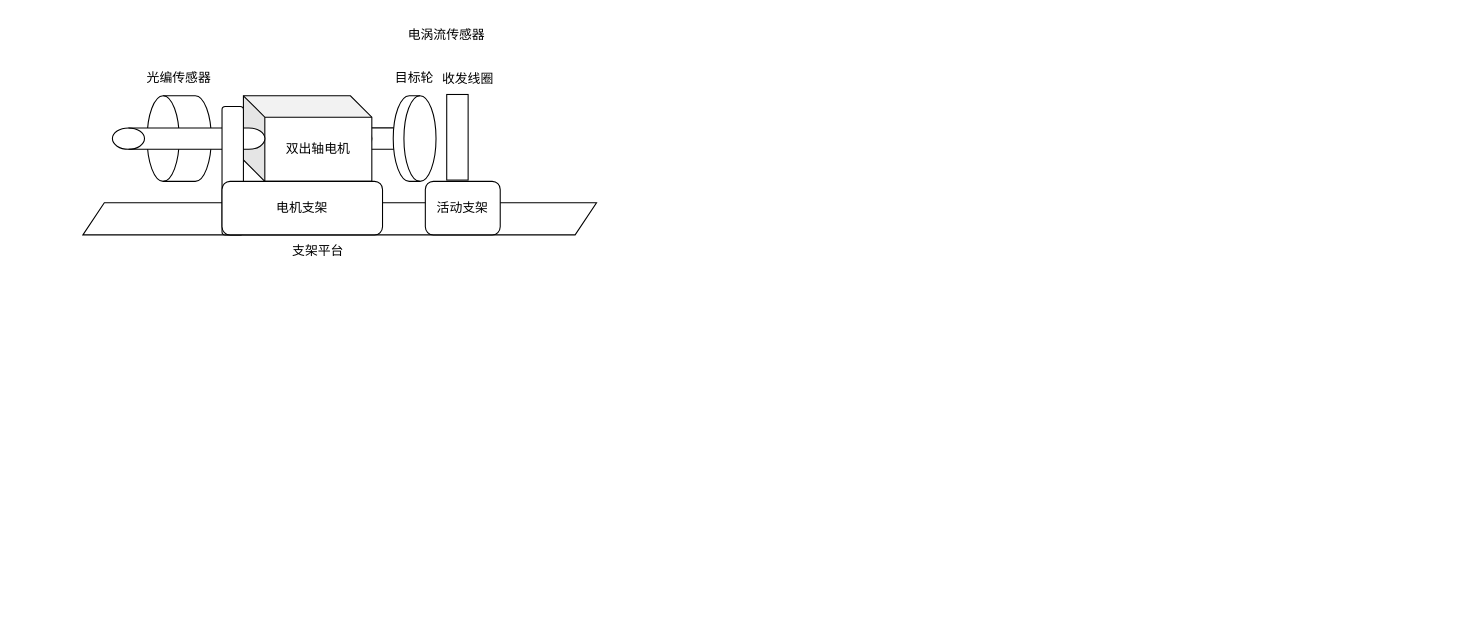
This is 电涡流测试平台.drawio from dchangsheng/drawio, a draw.io file, before an edit. Source tidied: cells renumbered, new cells numbered last; positions are measured from the earlier drawing's top-left corner, leaving out a move shared by most shapes. Both pictures are drawn from the tidied source at 107%, with x=0, y=0 at pixel (82, 18).
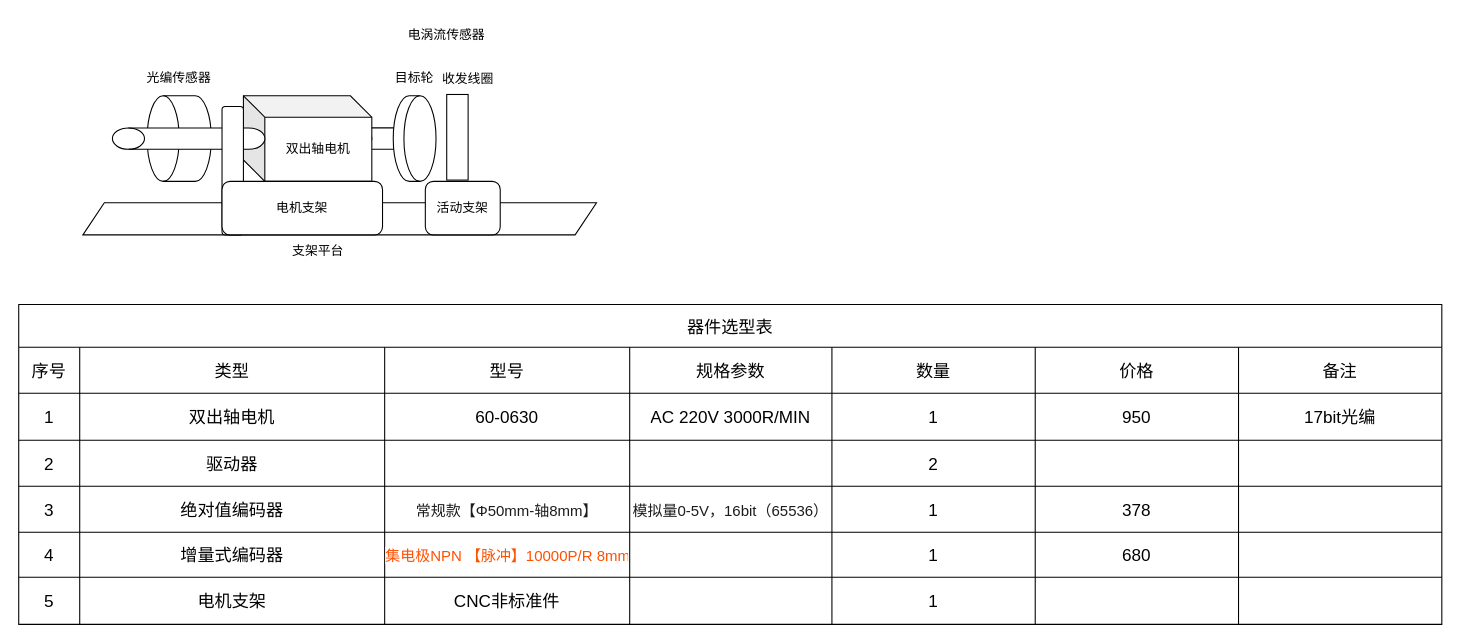
The same diagram, later.

Commit message:
更新电涡流测试平台.drawio

Change to the diagram source:
```diff
@@
+    <mxCell id="17" value="器件选型表" style="shape=table;startSize=40;childLayout=tableLayout;strokeColor=default;fontSize=16;" parent="1" vertex="1">
+      <mxGeometry x="-60" y="267" width="1330" height="299" as="geometry" />
+    </mxCell>
+    <mxCell id="18" style="shape=tableRow;horizontal=0;startSize=0;swimlaneHead=0;swimlaneBody=0;strokeColor=inherit;top=0;left=0;bottom=0;right=0;fillColor=none;fontSize=16;" parent="17" vertex="1">
+      <mxGeometry y="40" width="1330" height="43" as="geometry" />
+    </mxCell>
+    <mxCell id="19" value="序号" style="shape=partialRectangle;html=1;whiteSpace=wrap;strokeColor=inherit;overflow=hidden;fillColor=none;top=0;left=0;bottom=0;right=0;fontSize=16;" parent="18" vertex="1">
+      <mxGeometry width="57" height="43" as="geometry" />
+    </mxCell>
+    <mxCell id="20" value="类型" style="shape=partialRectangle;html=1;whiteSpace=wrap;strokeColor=inherit;overflow=hidden;fillColor=none;top=0;left=0;bottom=0;right=0;fontSize=16;" parent="18" vertex="1">
+      <mxGeometry x="57" width="285" height="43" as="geometry" />
+    </mxCell>
+    <mxCell id="21" value="型号" style="shape=partialRectangle;html=1;whiteSpace=wrap;strokeColor=inherit;overflow=hidden;fillColor=none;top=0;left=0;bottom=0;right=0;fontSize=16;" parent="18" vertex="1">
+      <mxGeometry x="342" width="229" height="43" as="geometry" />
+    </mxCell>
+    <mxCell id="22" value="规格参数" style="shape=partialRectangle;html=1;whiteSpace=wrap;strokeColor=inherit;overflow=hidden;fillColor=none;top=0;left=0;bottom=0;right=0;fontSize=16;" parent="18" vertex="1">
+      <mxGeometry x="571" width="189" height="43" as="geometry" />
+    </mxCell>
+    <mxCell id="23" value="数量" style="shape=partialRectangle;html=1;whiteSpace=wrap;strokeColor=inherit;overflow=hidden;fillColor=none;top=0;left=0;bottom=0;right=0;fontSize=16;" parent="18" vertex="1">
+      <mxGeometry x="760" width="190" height="43" as="geometry" />
+    </mxCell>
+    <mxCell id="24" value="价格" style="shape=partialRectangle;html=1;whiteSpace=wrap;strokeColor=inherit;overflow=hidden;fillColor=none;top=0;left=0;bottom=0;right=0;fontSize=16;" parent="18" vertex="1">
+      <mxGeometry x="950" width="190" height="43" as="geometry" />
+    </mxCell>
+    <mxCell id="25" value="备注" style="shape=partialRectangle;html=1;whiteSpace=wrap;strokeColor=inherit;overflow=hidden;fillColor=none;top=0;left=0;bottom=0;right=0;fontSize=16;" parent="18" vertex="1">
+      <mxGeometry x="1140" width="190" height="43" as="geometry" />
+    </mxCell>
+    <mxCell id="26" style="shape=tableRow;horizontal=0;startSize=0;swimlaneHead=0;swimlaneBody=0;strokeColor=inherit;top=0;left=0;bottom=0;right=0;fillColor=none;fontSize=16;" parent="17" vertex="1">
+      <mxGeometry y="83" width="1330" height="44" as="geometry" />
+    </mxCell>
+    <mxCell id="27" value="1" style="shape=partialRectangle;html=1;whiteSpace=wrap;strokeColor=inherit;overflow=hidden;fillColor=none;top=0;left=0;bottom=0;right=0;fontSize=16;" parent="26" vertex="1">
+      <mxGeometry width="57" height="44" as="geometry" />
+    </mxCell>
+    <mxCell id="28" value="双出轴电机" style="shape=partialRectangle;html=1;whiteSpace=wrap;strokeColor=inherit;overflow=hidden;fillColor=none;top=0;left=0;bottom=0;right=0;fontSize=16;" parent="26" vertex="1">
+      <mxGeometry x="57" width="285" height="44" as="geometry" />
+    </mxCell>
+    <mxCell id="29" value="60-0630" style="shape=partialRectangle;html=1;whiteSpace=wrap;strokeColor=inherit;overflow=hidden;fillColor=none;top=0;left=0;bottom=0;right=0;fontSize=16;" parent="26" vertex="1">
+      <mxGeometry x="342" width="229" height="44" as="geometry" />
+    </mxCell>
+    <mxCell id="30" value="AC 220V 3000R/MIN" style="shape=partialRectangle;html=1;whiteSpace=wrap;strokeColor=inherit;overflow=hidden;fillColor=none;top=0;left=0;bottom=0;right=0;fontSize=16;" parent="26" vertex="1">
+      <mxGeometry x="571" width="189" height="44" as="geometry" />
+    </mxCell>
+    <mxCell id="31" value="1" style="shape=partialRectangle;html=1;whiteSpace=wrap;strokeColor=inherit;overflow=hidden;fillColor=none;top=0;left=0;bottom=0;right=0;fontSize=16;" parent="26" vertex="1">
+      <mxGeometry x="760" width="190" height="44" as="geometry" />
+    </mxCell>
+    <mxCell id="32" value="950" style="shape=partialRectangle;html=1;whiteSpace=wrap;strokeColor=inherit;overflow=hidden;fillColor=none;top=0;left=0;bottom=0;right=0;fontSize=16;" parent="26" vertex="1">
+      <mxGeometry x="950" width="190" height="44" as="geometry" />
+    </mxCell>
+    <mxCell id="33" value="17bit光编" style="shape=partialRectangle;html=1;whiteSpace=wrap;strokeColor=inherit;overflow=hidden;fillColor=none;top=0;left=0;bottom=0;right=0;fontSize=16;" parent="26" vertex="1">
+      <mxGeometry x="1140" width="190" height="44" as="geometry" />
+    </mxCell>
+    <mxCell id="34" style="shape=tableRow;horizontal=0;startSize=0;swimlaneHead=0;swimlaneBody=0;strokeColor=inherit;top=0;left=0;bottom=0;right=0;fillColor=none;fontSize=16;" parent="17" vertex="1">
+      <mxGeometry y="127" width="1330" height="43" as="geometry" />
+    </mxCell>
+    <mxCell id="35" value="2" style="shape=partialRectangle;html=1;whiteSpace=wrap;strokeColor=inherit;overflow=hidden;fillColor=none;top=0;left=0;bottom=0;right=0;fontSize=16;" parent="34" vertex="1">
+      <mxGeometry width="57" height="43" as="geometry" />
+    </mxCell>
+    <mxCell id="36" value="驱动器" style="shape=partialRectangle;html=1;whiteSpace=wrap;strokeColor=inherit;overflow=hidden;fillColor=none;top=0;left=0;bottom=0;right=0;fontSize=16;" parent="34" vertex="1">
+      <mxGeometry x="57" width="285" height="43" as="geometry" />
+    </mxCell>
+    <mxCell id="37" style="shape=partialRectangle;html=1;whiteSpace=wrap;strokeColor=inherit;overflow=hidden;fillColor=none;top=0;left=0;bottom=0;right=0;fontSize=16;" parent="34" vertex="1">
+      <mxGeometry x="342" width="229" height="43" as="geometry" />
+    </mxCell>
+    <mxCell id="38" style="shape=partialRectangle;html=1;whiteSpace=wrap;strokeColor=inherit;overflow=hidden;fillColor=none;top=0;left=0;bottom=0;right=0;fontSize=16;" parent="34" vertex="1">
+      <mxGeometry x="571" width="189" height="43" as="geometry" />
+    </mxCell>
+    <mxCell id="39" value="2" style="shape=partialRectangle;html=1;whiteSpace=wrap;strokeColor=inherit;overflow=hidden;fillColor=none;top=0;left=0;bottom=0;right=0;fontSize=16;" parent="34" vertex="1">
+      <mxGeometry x="760" width="190" height="43" as="geometry" />
+    </mxCell>
+    <mxCell id="40" style="shape=partialRectangle;html=1;whiteSpace=wrap;strokeColor=inherit;overflow=hidden;fillColor=none;top=0;left=0;bottom=0;right=0;fontSize=16;" parent="34" vertex="1">
+      <mxGeometry x="950" width="190" height="43" as="geometry" />
+    </mxCell>
+    <mxCell id="41" style="shape=partialRectangle;html=1;whiteSpace=wrap;strokeColor=inherit;overflow=hidden;fillColor=none;top=0;left=0;bottom=0;right=0;fontSize=16;" parent="34" vertex="1">
+      <mxGeometry x="1140" width="190" height="43" as="geometry" />
+    </mxCell>
+    <mxCell id="42" style="shape=tableRow;horizontal=0;startSize=0;swimlaneHead=0;swimlaneBody=0;strokeColor=inherit;top=0;left=0;bottom=0;right=0;fillColor=none;fontSize=16;" parent="17" vertex="1">
+      <mxGeometry y="170" width="1330" height="43" as="geometry" />
+    </mxCell>
+    <mxCell id="43" value="3" style="shape=partialRectangle;html=1;whiteSpace=wrap;strokeColor=inherit;overflow=hidden;fillColor=none;top=0;left=0;bottom=0;right=0;fontSize=16;" parent="42" vertex="1">
+      <mxGeometry width="57" height="43" as="geometry" />
+    </mxCell>
+    <mxCell id="44" value="绝对值编码器" style="shape=partialRectangle;html=1;whiteSpace=wrap;strokeColor=inherit;overflow=hidden;fillColor=none;top=0;left=0;bottom=0;right=0;fontSize=16;" parent="42" vertex="1">
+      <mxGeometry x="57" width="285" height="43" as="geometry" />
+    </mxCell>
+    <mxCell id="45" value="&lt;span style=&quot;color: rgba(9, 9, 10, 0.92); font-family: &amp;quot;PingFang SC&amp;quot;; font-size: 14px; text-align: start; text-wrap-mode: nowrap; background-color: rgb(255, 255, 255);&quot;&gt;常规款【Φ50mm-轴8mm】&lt;/span&gt;" style="shape=partialRectangle;html=1;whiteSpace=wrap;strokeColor=inherit;overflow=hidden;fillColor=none;top=0;left=0;bottom=0;right=0;fontSize=16;" parent="42" vertex="1">
+      <mxGeometry x="342" width="229" height="43" as="geometry" />
+    </mxCell>
+    <mxCell id="46" value="&lt;span style=&quot;color: rgba(9, 9, 10, 0.92); font-family: &amp;quot;PingFang SC&amp;quot;; font-size: 14px; text-align: start; text-wrap-mode: nowrap; background-color: rgb(255, 255, 255);&quot;&gt;模拟量0-5V，&lt;/span&gt;&lt;span style=&quot;color: rgba(9, 9, 10, 0.92); font-family: &amp;quot;PingFang SC&amp;quot;; font-size: 14px; text-align: start; text-wrap-mode: nowrap; background-color: rgb(255, 255, 255);&quot;&gt;16bit（65536）&lt;/span&gt;" style="shape=partialRectangle;html=1;whiteSpace=wrap;strokeColor=inherit;overflow=hidden;fillColor=none;top=0;left=0;bottom=0;right=0;fontSize=16;" parent="42" vertex="1">
+      <mxGeometry x="571" width="189" height="43" as="geometry" />
+    </mxCell>
+    <mxCell id="47" value="1" style="shape=partialRectangle;html=1;whiteSpace=wrap;strokeColor=inherit;overflow=hidden;fillColor=none;top=0;left=0;bottom=0;right=0;fontSize=16;" parent="42" vertex="1">
+      <mxGeometry x="760" width="190" height="43" as="geometry" />
+    </mxCell>
+    <mxCell id="48" value="378" style="shape=partialRectangle;html=1;whiteSpace=wrap;strokeColor=inherit;overflow=hidden;fillColor=none;top=0;left=0;bottom=0;right=0;fontSize=16;" parent="42" vertex="1">
+      <mxGeometry x="950" width="190" height="43" as="geometry" />
+    </mxCell>
+    <mxCell id="49" style="shape=partialRectangle;html=1;whiteSpace=wrap;strokeColor=inherit;overflow=hidden;fillColor=none;top=0;left=0;bottom=0;right=0;fontSize=16;" parent="42" vertex="1">
+      <mxGeometry x="1140" width="190" height="43" as="geometry" />
+    </mxCell>
+    <mxCell id="50" style="shape=tableRow;horizontal=0;startSize=0;swimlaneHead=0;swimlaneBody=0;strokeColor=inherit;top=0;left=0;bottom=0;right=0;fillColor=none;fontSize=16;" parent="17" vertex="1">
+      <mxGeometry y="213" width="1330" height="42" as="geometry" />
+    </mxCell>
+    <mxCell id="51" value="4" style="shape=partialRectangle;html=1;whiteSpace=wrap;strokeColor=inherit;overflow=hidden;fillColor=none;top=0;left=0;bottom=0;right=0;fontSize=16;" parent="50" vertex="1">
+      <mxGeometry width="57" height="42" as="geometry" />
+    </mxCell>
+    <mxCell id="52" value="增量式编码器" style="shape=partialRectangle;html=1;whiteSpace=wrap;strokeColor=inherit;overflow=hidden;fillColor=none;top=0;left=0;bottom=0;right=0;fontSize=16;" parent="50" vertex="1">
+      <mxGeometry x="57" width="285" height="42" as="geometry" />
+    </mxCell>
+    <mxCell id="53" value="&lt;span style=&quot;color: rgb(255, 80, 0); font-family: &amp;quot;PingFang SC&amp;quot;; font-size: 14px; text-align: start; text-wrap-mode: nowrap; background-color: rgb(255, 255, 255);&quot;&gt;集电极NPN 【脉冲】10000P/R 8mm&lt;/span&gt;" style="shape=partialRectangle;html=1;whiteSpace=wrap;strokeColor=inherit;overflow=hidden;fillColor=none;top=0;left=0;bottom=0;right=0;fontSize=16;" parent="50" vertex="1">
+      <mxGeometry x="342" width="229" height="42" as="geometry" />
+    </mxCell>
+    <mxCell id="54" style="shape=partialRectangle;html=1;whiteSpace=wrap;strokeColor=inherit;overflow=hidden;fillColor=none;top=0;left=0;bottom=0;right=0;fontSize=16;" parent="50" vertex="1">
+      <mxGeometry x="571" width="189" height="42" as="geometry" />
+    </mxCell>
+    <mxCell id="55" value="1" style="shape=partialRectangle;html=1;whiteSpace=wrap;strokeColor=inherit;overflow=hidden;fillColor=none;top=0;left=0;bottom=0;right=0;fontSize=16;" parent="50" vertex="1">
+      <mxGeometry x="760" width="190" height="42" as="geometry" />
+    </mxCell>
+    <mxCell id="56" value="680" style="shape=partialRectangle;html=1;whiteSpace=wrap;strokeColor=inherit;overflow=hidden;fillColor=none;top=0;left=0;bottom=0;right=0;fontSize=16;" parent="50" vertex="1">
+      <mxGeometry x="950" width="190" height="42" as="geometry" />
+    </mxCell>
+    <mxCell id="57" style="shape=partialRectangle;html=1;whiteSpace=wrap;strokeColor=inherit;overflow=hidden;fillColor=none;top=0;left=0;bottom=0;right=0;fontSize=16;" parent="50" vertex="1">
+      <mxGeometry x="1140" width="190" height="42" as="geometry" />
+    </mxCell>
+    <mxCell id="58" style="shape=tableRow;horizontal=0;startSize=0;swimlaneHead=0;swimlaneBody=0;strokeColor=inherit;top=0;left=0;bottom=0;right=0;fillColor=none;fontSize=16;" parent="17" vertex="1">
+      <mxGeometry y="255" width="1330" height="44" as="geometry" />
+    </mxCell>
+    <mxCell id="59" value="5" style="shape=partialRectangle;html=1;whiteSpace=wrap;strokeColor=inherit;overflow=hidden;fillColor=none;top=0;left=0;bottom=0;right=0;fontSize=16;" parent="58" vertex="1">
+      <mxGeometry width="57" height="44" as="geometry" />
+    </mxCell>
+    <mxCell id="60" value="电机支架" style="shape=partialRectangle;html=1;whiteSpace=wrap;strokeColor=inherit;overflow=hidden;fillColor=none;top=0;left=0;bottom=0;right=0;fontSize=16;" parent="58" vertex="1">
+      <mxGeometry x="57" width="285" height="44" as="geometry" />
+    </mxCell>
+    <mxCell id="61" value="CNC非标准件" style="shape=partialRectangle;html=1;whiteSpace=wrap;strokeColor=inherit;overflow=hidden;fillColor=none;top=0;left=0;bottom=0;right=0;fontSize=16;" parent="58" vertex="1">
+      <mxGeometry x="342" width="229" height="44" as="geometry" />
+    </mxCell>
+    <mxCell id="62" style="shape=partialRectangle;html=1;whiteSpace=wrap;strokeColor=inherit;overflow=hidden;fillColor=none;top=0;left=0;bottom=0;right=0;fontSize=16;" parent="58" vertex="1">
+      <mxGeometry x="571" width="189" height="44" as="geometry" />
+    </mxCell>
+    <mxCell id="63" value="1" style="shape=partialRectangle;html=1;whiteSpace=wrap;strokeColor=inherit;overflow=hidden;fillColor=none;top=0;left=0;bottom=0;right=0;fontSize=16;" parent="58" vertex="1">
+      <mxGeometry x="760" width="190" height="44" as="geometry" />
+    </mxCell>
+    <mxCell id="64" style="shape=partialRectangle;html=1;whiteSpace=wrap;strokeColor=inherit;overflow=hidden;fillColor=none;top=0;left=0;bottom=0;right=0;fontSize=16;" parent="58" vertex="1">
+      <mxGeometry x="950" width="190" height="44" as="geometry" />
+    </mxCell>
+    <mxCell id="65" style="shape=partialRectangle;html=1;whiteSpace=wrap;strokeColor=inherit;overflow=hidden;fillColor=none;top=0;left=0;bottom=0;right=0;fontSize=16;" parent="58" vertex="1">
+      <mxGeometry x="1140" width="190" height="44" as="geometry" />
+    </mxCell>
```
